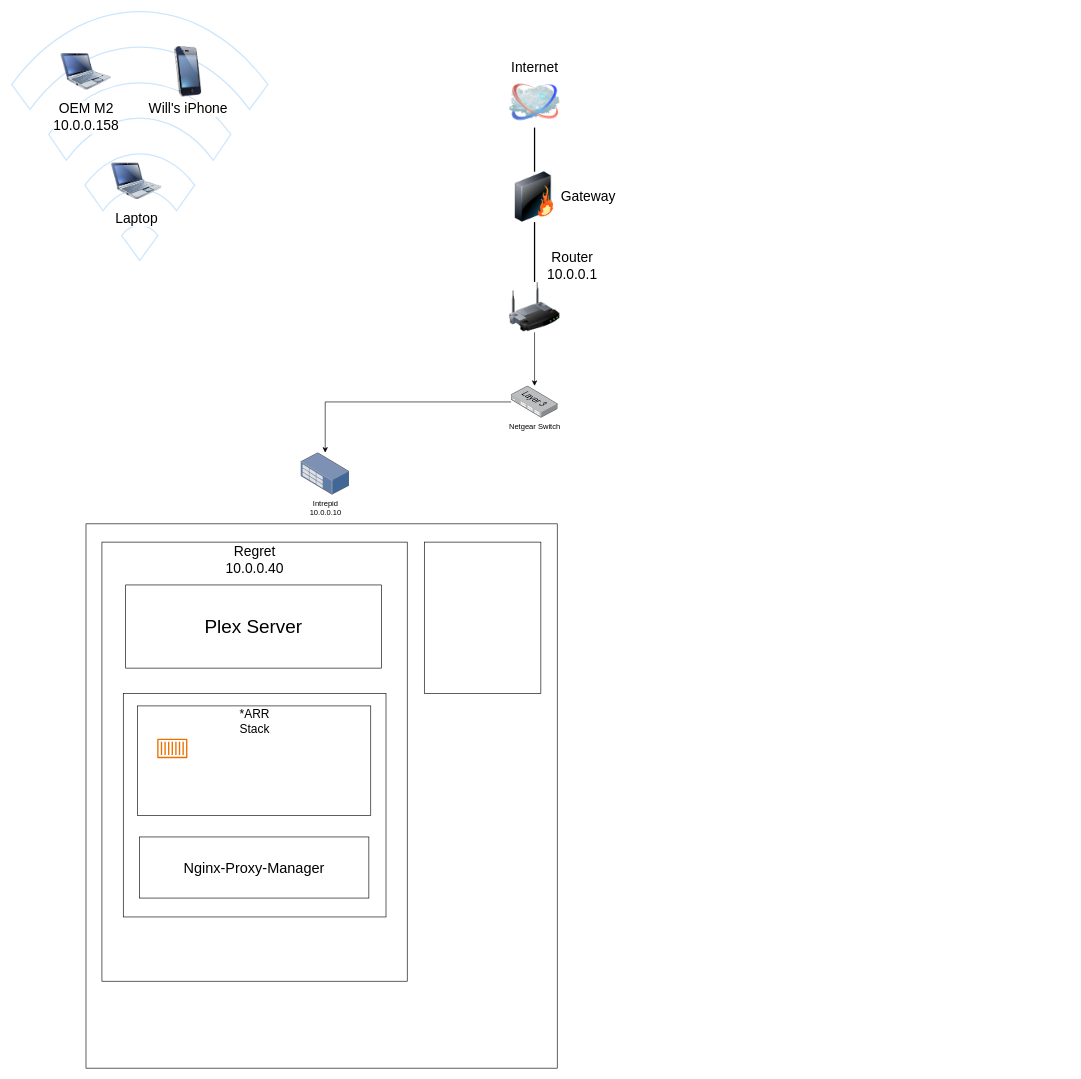
w-farrell/homeserver keeps this draw.io diagram as homeserv.drawio. Above is the earlier version. Source tidied: cells renumbered, new cells numbered last; positions are measured from the earlier drawing's top-left corner, leaving out a move shared by most shapes. Both pictures are drawn from the tidied source at 63%, with x=0, y=0 at pixel (11, 11).
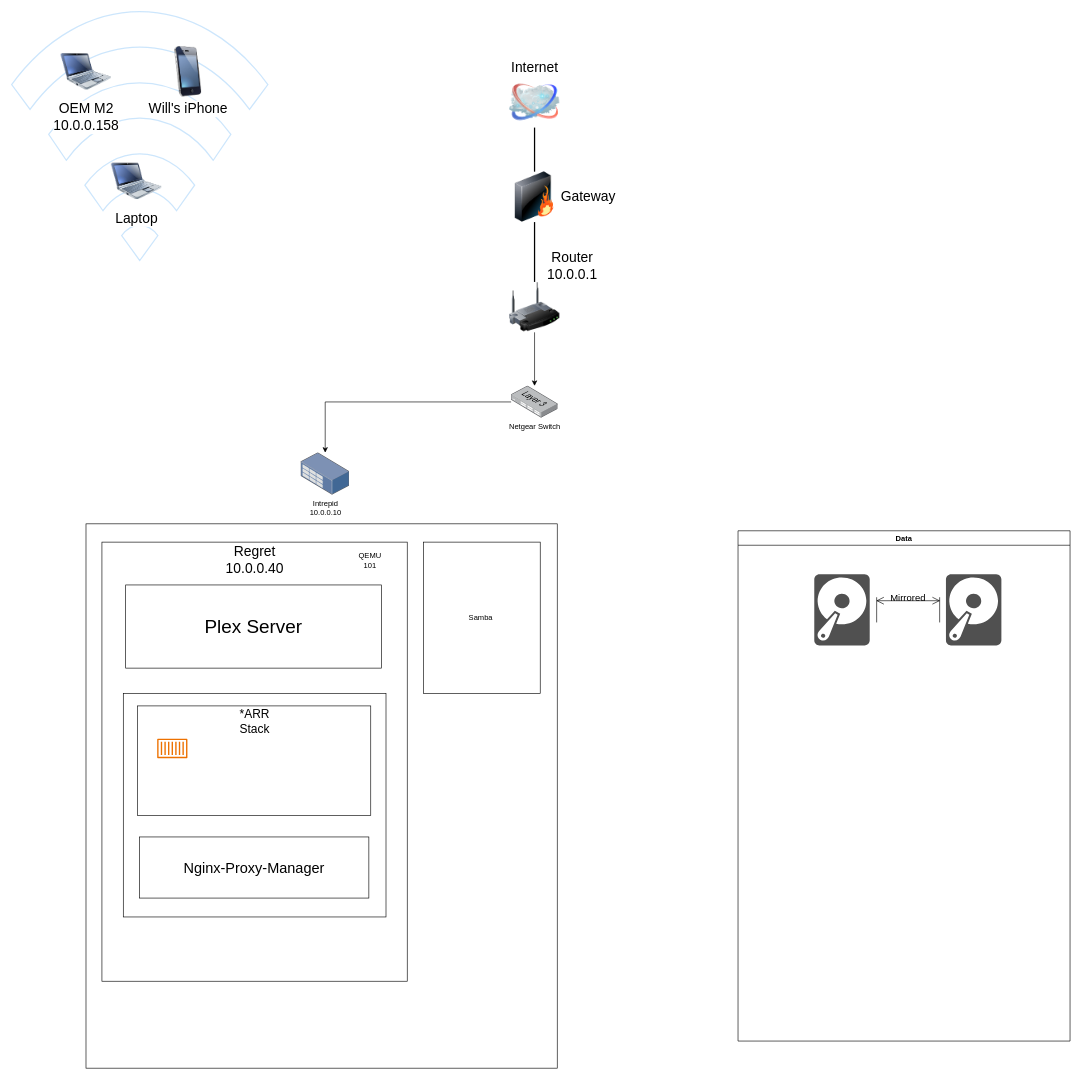
Above is the later version.

Diff of the diagram source:
```diff
@@
-    <mxCell id="18" style="whiteSpace=wrap;html=1;" parent="1" vertex="1">
-      <mxGeometry x="655" y="842" width="185" height="240" as="geometry" />
+    <mxCell id="18" value="Samba&amp;nbsp;" style="whiteSpace=wrap;html=1;" parent="1" vertex="1">
+      <mxGeometry x="654" y="842" width="185" height="240" as="geometry" />
     </mxCell>
@@
+    <mxCell id="26" value="QEMU 101" style="text;html=1;whiteSpace=wrap;strokeColor=none;fillColor=none;align=center;verticalAlign=middle;rounded=0;" parent="1" vertex="1">
+      <mxGeometry x="539" y="856" width="60" height="30" as="geometry" />
+    </mxCell>
+    <mxCell id="27" value="Data" style="swimlane;" parent="1" vertex="1">
+      <mxGeometry x="1153" y="824" width="527" height="810" as="geometry" />
+    </mxCell>
+    <mxCell id="28" style="sketch=0;shadow=0;dashed=0;html=1;strokeColor=none;fillColor=#505050;labelPosition=center;verticalLabelPosition=bottom;verticalAlign=top;align=center;shape=mxgraph.office.devices.hard_disk;" parent="27" vertex="1">
+      <mxGeometry x="121" y="69" width="88" height="113" as="geometry" />
+    </mxCell>
+    <mxCell id="29" style="sketch=0;shadow=0;dashed=0;html=1;strokeColor=none;fillColor=#505050;labelPosition=center;verticalLabelPosition=bottom;verticalAlign=top;align=center;shape=mxgraph.office.devices.hard_disk;" parent="27" vertex="1">
+      <mxGeometry x="330" y="69" width="88" height="113" as="geometry" />
+    </mxCell>
+    <mxCell id="30" value="&lt;font style=&quot;font-size: 15px;&quot;&gt;Mirrored&lt;/font&gt;" style="shape=dimension;direction=west;whiteSpace=wrap;html=1;align=center;verticalAlign=top;spacingTop=-15;labelBackgroundColor=none;" parent="27" vertex="1">
+      <mxGeometry x="220" y="105.5" width="100" height="40" as="geometry" />
+    </mxCell>
```
